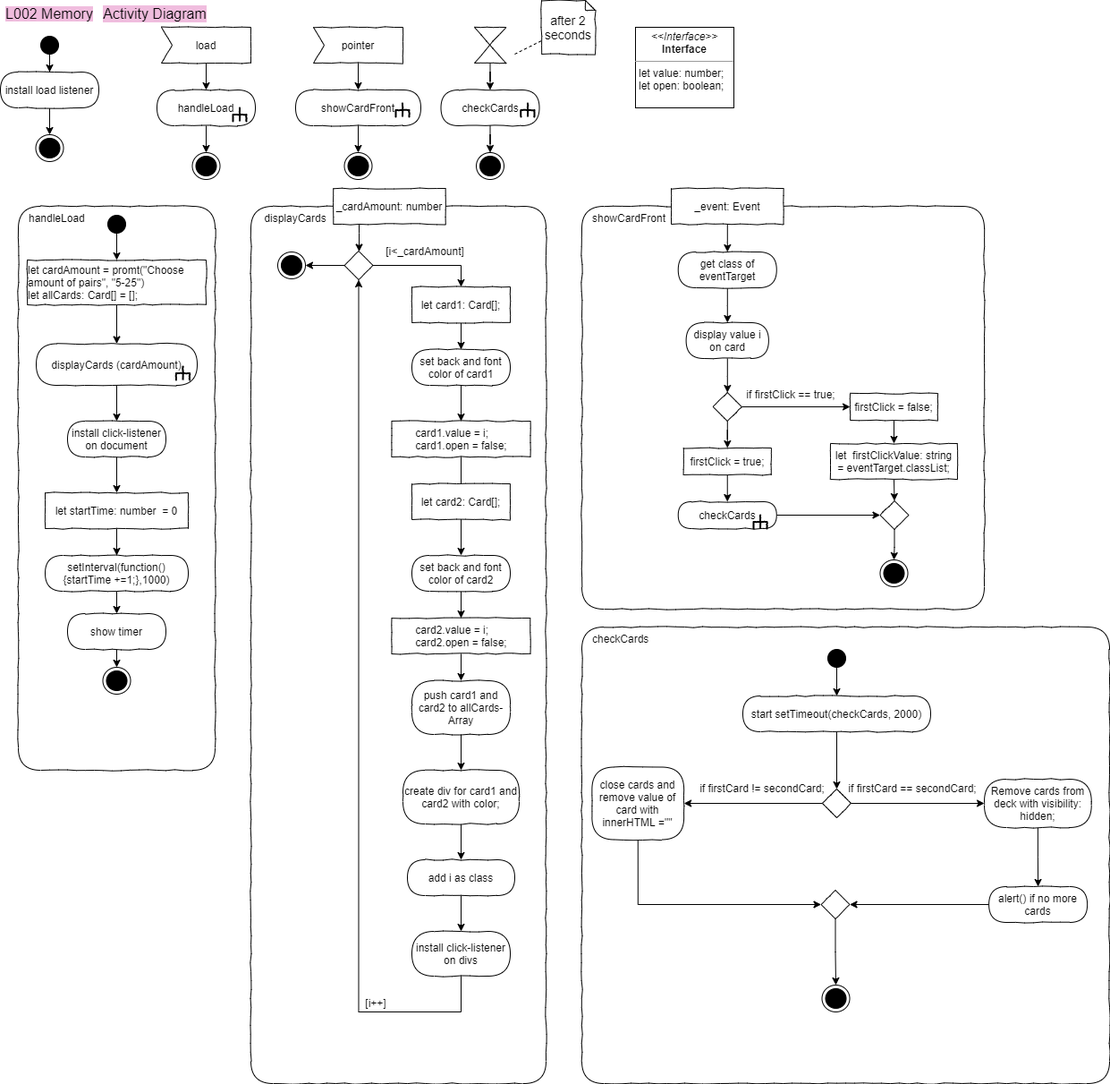
Earlier version of the draw.io export L002 Memory/konzept/improvedactivitydiagram.png (JuliaKaeppeler/Eia2Julia). Source tidied: cells renumbered, new cells last; positions are measured from the earlier drawing's top-left corner, leaving out a move shared by most shapes.
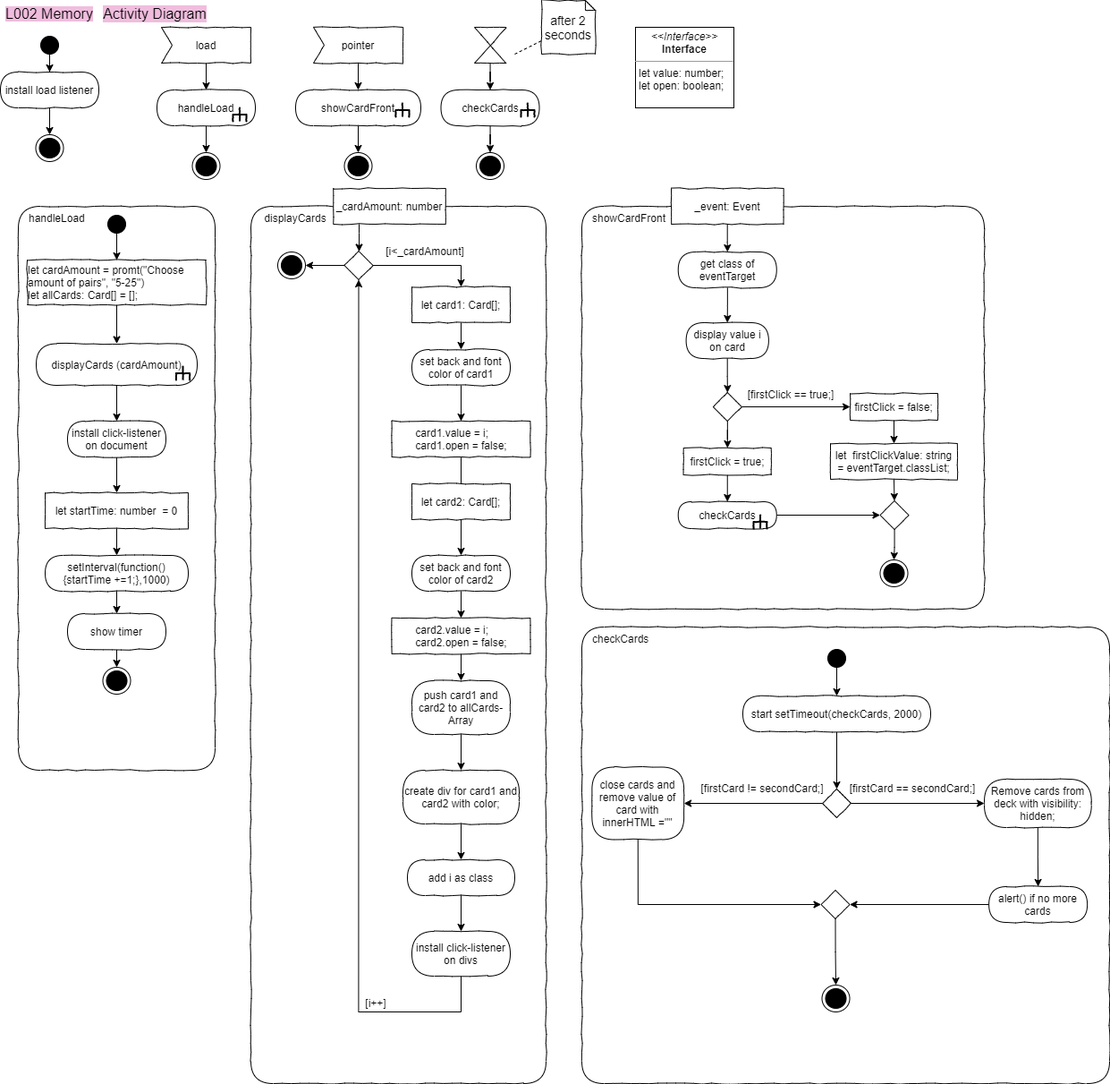
The same file after the commit.

The edit, as a diff of the source:
```diff
@@ -290,7 +290,7 @@
     <mxCell id="93" value="&lt;div style=&quot;text-align: left&quot;&gt;firstClick = false;&lt;/div&gt;" style="rounded=0;whiteSpace=wrap;html=1;comic=1;labelBackgroundColor=none;" parent="1" vertex="1">
       <mxGeometry x="950" y="439" width="98" height="30" as="geometry" />
     </mxCell>
-    <mxCell id="94" value="if firstClick == true;" style="text;html=1;strokeColor=none;fillColor=none;align=center;verticalAlign=middle;whiteSpace=wrap;rounded=0;labelBackgroundColor=none;" parent="1" vertex="1">
+    <mxCell id="94" value="[firstClick == true;]" style="text;html=1;strokeColor=none;fillColor=none;align=center;verticalAlign=middle;whiteSpace=wrap;rounded=0;labelBackgroundColor=none;" parent="1" vertex="1">
       <mxGeometry x="828.8" y="430" width="110" height="20" as="geometry" />
     </mxCell>
     <mxCell id="95" style="edgeStyle=orthogonalEdgeStyle;rounded=0;jettySize=auto;html=1;exitX=0.5;exitY=1;exitDx=0;exitDy=0;entryX=0.5;entryY=0;entryDx=0;entryDy=0;" parent="1" edge="1" source="96" target="104">
@@ -359,10 +359,10 @@
     <mxCell id="116" value="close cards and remove value of card with innerHTML =&quot;&quot;" style="rounded=1;whiteSpace=wrap;html=1;absoluteArcSize=1;arcSize=50;strokeWidth=1;shadow=0;comic=1;labelBackgroundColor=none;" parent="1" vertex="1">
       <mxGeometry x="661.4" y="856.5" width="102.8" height="81" as="geometry" />
     </mxCell>
-    <mxCell id="117" value="if firstCard == secondCard;" style="text;html=1;strokeColor=none;fillColor=none;align=center;verticalAlign=middle;whiteSpace=wrap;rounded=0;labelBackgroundColor=none;" parent="1" vertex="1">
+    <mxCell id="117" value="[firstCard == secondCard;]" style="text;html=1;strokeColor=none;fillColor=none;align=center;verticalAlign=middle;whiteSpace=wrap;rounded=0;labelBackgroundColor=none;" parent="1" vertex="1">
       <mxGeometry x="938.8" y="870" width="161.5" height="20" as="geometry" />
     </mxCell>
-    <mxCell id="118" value="if firstCard != secondCard;" style="text;html=1;strokeColor=none;fillColor=none;align=center;verticalAlign=middle;whiteSpace=wrap;rounded=0;labelBackgroundColor=none;" parent="1" vertex="1">
+    <mxCell id="118" value="[firstCard != secondCard;]" style="text;html=1;strokeColor=none;fillColor=none;align=center;verticalAlign=middle;whiteSpace=wrap;rounded=0;labelBackgroundColor=none;" parent="1" vertex="1">
       <mxGeometry x="771.4" y="870" width="161.5" height="20" as="geometry" />
     </mxCell>
     <mxCell id="119" style="ellipse;html=1;shape=endState;fillColor=#000000;strokeColor=#000000;comic=1;labelBackgroundColor=none;" parent="1" vertex="1">
```
